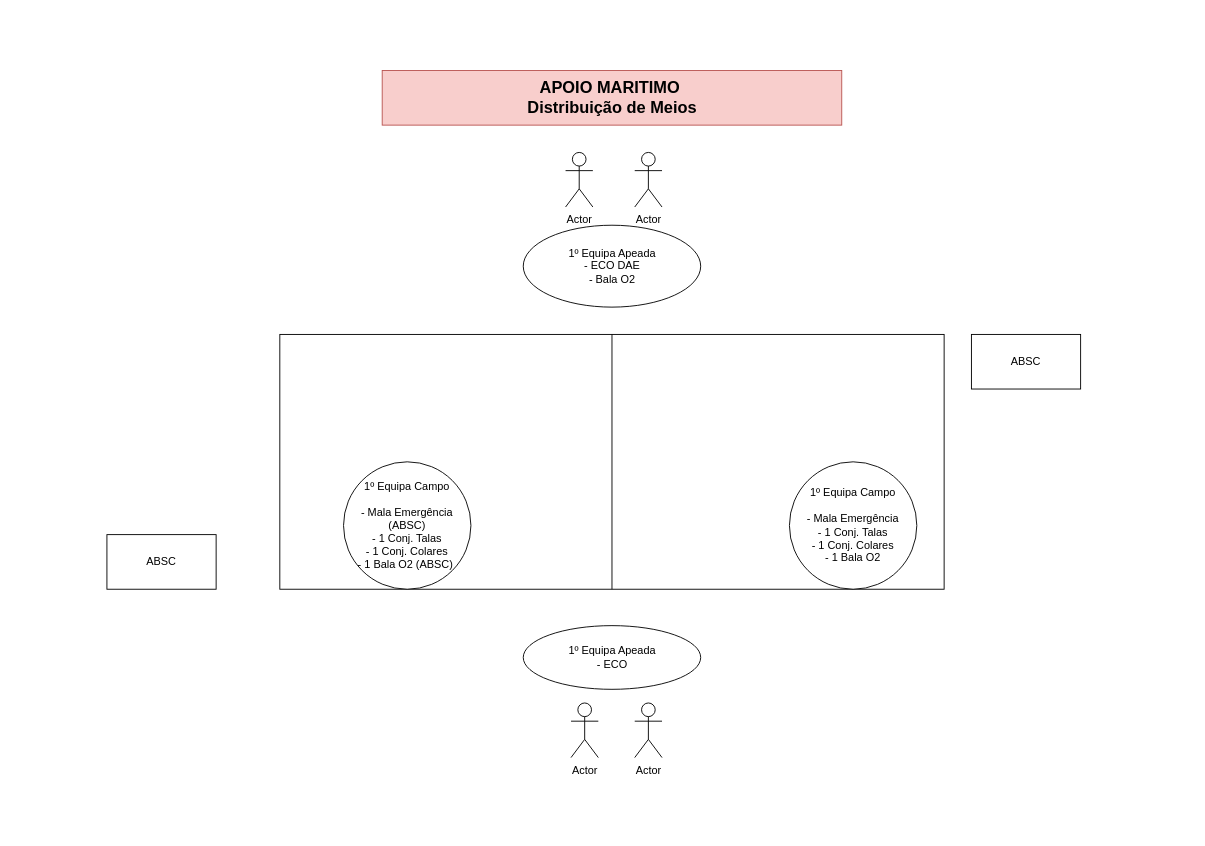
Earlier version of the draw.io diagram page "Marítimo" (1 of 2) of Apoio_Marítimo.drawio (joaoabreu1/flowcharts). Source tidied: cells renumbered, new cells numbered last; positions are measured from the earlier drawing's top-left corner, leaving out a move shared by most shapes. Both pictures are drawn from the tidied source at 91%, with x=0, y=0 at pixel (106, 70).
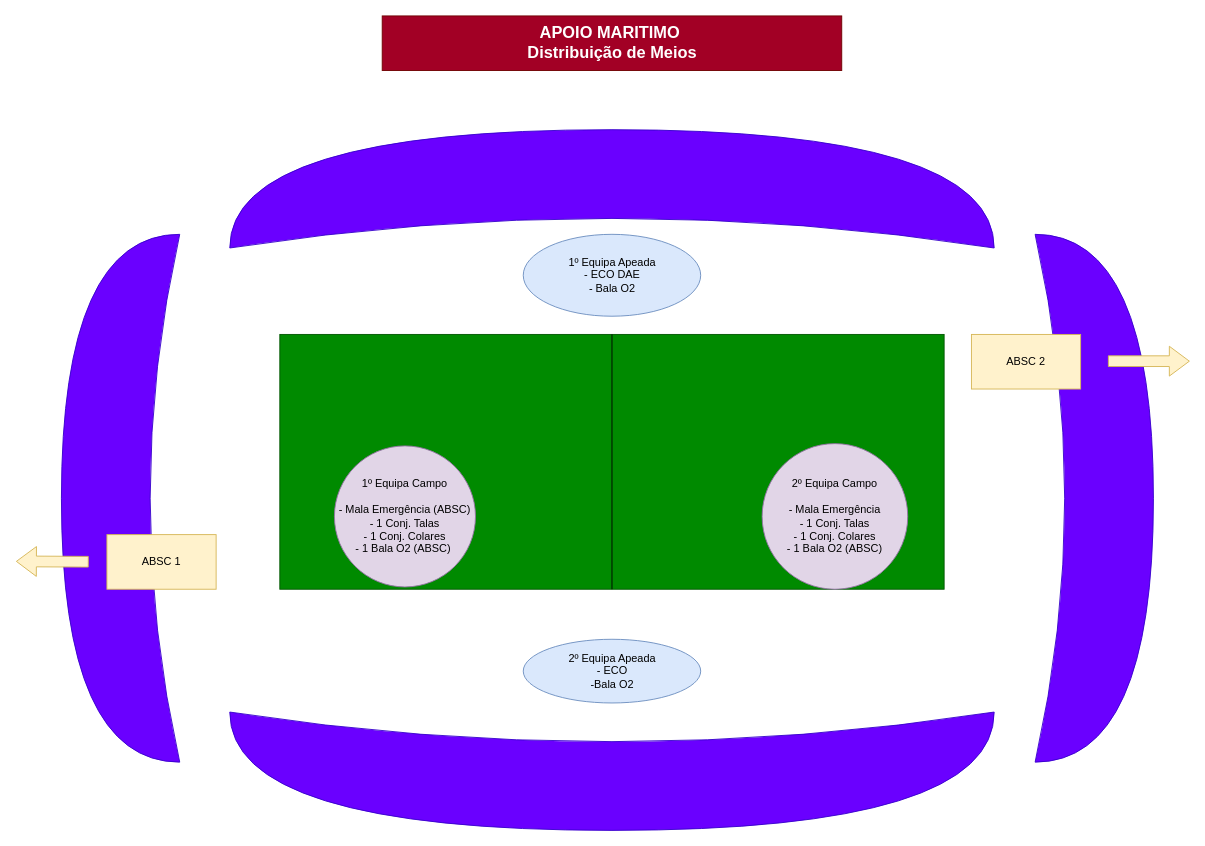
The same page after the edit.

The edit, as a diff of the source:
```diff
@@
 <mxGraphModel>
   <root>
     <mxCell id="0" />
     <mxCell id="1" parent="0" />
+    <mxCell id="15" style="shape=xor;whiteSpace=wrap;html=1;rotation=90;fillColor=#6a00ff;fontColor=#ffffff;strokeColor=#3700CC;" parent="1" vertex="1">
+      <mxGeometry x="490" y="350" width="130" height="840" as="geometry" />
+    </mxCell>
+    <mxCell id="16" style="shape=xor;whiteSpace=wrap;html=1;rotation=-90;fillColor=#6a00ff;fontColor=#ffffff;strokeColor=#3700CC;" parent="1" vertex="1">
+      <mxGeometry x="490" y="-290" width="130" height="840" as="geometry" />
+    </mxCell>
+    <mxCell id="17" style="shape=xor;whiteSpace=wrap;html=1;rotation=-180;fillColor=#6a00ff;fontColor=#ffffff;strokeColor=#3700CC;" parent="1" vertex="1">
+      <mxGeometry x="-50" y="180" width="130" height="580" as="geometry" />
+    </mxCell>
+    <mxCell id="18" style="shape=xor;whiteSpace=wrap;html=1;fillColor=#6a00ff;fontColor=#ffffff;strokeColor=#3700CC;" parent="1" vertex="1">
+      <mxGeometry x="1020" y="180" width="130" height="580" as="geometry" />
+    </mxCell>
-    <mxCell id="2" style="rounded=0;whiteSpace=wrap;html=1;" parent="1" vertex="1">
+    <mxCell id="2" style="rounded=0;whiteSpace=wrap;html=1;fillColor=#008a00;strokeColor=#005700;fontColor=#ffffff;" parent="1" vertex="1">
       <mxGeometry x="190" y="290" width="730" height="280" as="geometry" />
     </mxCell>
-    <mxCell id="3" value="1º Equipa Apeada&lt;div&gt;- ECO DAE&lt;/div&gt;&lt;div&gt;- Bala O2&lt;/div&gt;" style="ellipse;whiteSpace=wrap;html=1;" parent="1" vertex="1">
-      <mxGeometry x="457.5" y="170" width="195" height="90" as="geometry" />
+    <mxCell id="3" value="1º Equipa Apeada&lt;div&gt;- ECO DAE&lt;/div&gt;&lt;div&gt;- Bala O2&lt;/div&gt;" style="ellipse;whiteSpace=wrap;html=1;fillColor=#dae8fc;strokeColor=#6c8ebf;" parent="1" vertex="1">
+      <mxGeometry x="457.5" y="180" width="195" height="90" as="geometry" />
     </mxCell>
-    <mxCell id="4" value="1º Equipa Apeada&lt;div&gt;- ECO&lt;/div&gt;" style="ellipse;whiteSpace=wrap;html=1;" parent="1" vertex="1">
-      <mxGeometry x="457.5" y="610" width="195" height="70" as="geometry" />
+    <mxCell id="4" value="2º Equipa Apeada&lt;div&gt;- ECO&lt;/div&gt;&lt;div&gt;-Bala O2&lt;/div&gt;" style="ellipse;whiteSpace=wrap;html=1;fillColor=#dae8fc;strokeColor=#6c8ebf;" parent="1" vertex="1">
+      <mxGeometry x="457.5" y="625" width="195" height="70" as="geometry" />
     </mxCell>
     <mxCell id="5" style="endArrow=none;html=1;rounded=0;entryX=0.5;entryY=0;entryDx=0;entryDy=0;exitX=0.5;exitY=1;exitDx=0;exitDy=0;" parent="1" edge="1" source="2" target="2">
       <mxGeometry relative="1" as="geometry" />
     </mxCell>
-    <mxCell id="6" value="1º Equipa Campo&lt;div&gt;&lt;br&gt;&lt;/div&gt;&lt;div&gt;- Mala Emergência&lt;/div&gt;&lt;div&gt;- 1 Conj. Talas&lt;/div&gt;&lt;div&gt;- 1 Conj. Colares&lt;/div&gt;&lt;div&gt;- 1 Bala O2&lt;/div&gt;" style="ellipse;whiteSpace=wrap;html=1;" parent="1" vertex="1">
-      <mxGeometry x="750" y="430" width="140" height="140" as="geometry" />
+    <mxCell id="6" value="2º Equipa Campo&lt;div&gt;&lt;br&gt;&lt;/div&gt;&lt;div&gt;- Mala Emergência&lt;/div&gt;&lt;div&gt;- 1 Conj. Talas&lt;/div&gt;&lt;div&gt;- 1 Conj. Colares&lt;/div&gt;&lt;div&gt;- 1 Bala O2 (ABSC)&lt;/div&gt;" style="ellipse;whiteSpace=wrap;html=1;fillColor=#e1d5e7;strokeColor=#9673a6;" parent="1" vertex="1">
+      <mxGeometry x="720" y="410" width="160" height="160" as="geometry" />
     </mxCell>
-    <mxCell id="7" value="Actor" style="shape=umlActor;verticalLabelPosition=bottom;verticalAlign=top;html=1;" parent="1" vertex="1">
-      <mxGeometry x="504" y="90" width="30" height="60" as="geometry" />
-    </mxCell>
-    <mxCell id="8" value="Actor" style="shape=umlActor;verticalLabelPosition=bottom;verticalAlign=top;html=1;" parent="1" vertex="1">
-      <mxGeometry x="580" y="90" width="30" height="60" as="geometry" />
-    </mxCell>
-    <mxCell id="9" value="Actor" style="shape=umlActor;verticalLabelPosition=bottom;verticalAlign=top;html=1;" parent="1" vertex="1">
-      <mxGeometry x="510" y="695" width="30" height="60" as="geometry" />
-    </mxCell>
-    <mxCell id="10" value="Actor" style="shape=umlActor;verticalLabelPosition=bottom;verticalAlign=top;html=1;" parent="1" vertex="1">
-      <mxGeometry x="580" y="695" width="30" height="60" as="geometry" />
-    </mxCell>
-    <mxCell id="11" value="ABSC" style="rounded=0;whiteSpace=wrap;html=1;" parent="1" vertex="1">
+    <mxCell id="11" value="ABSC 1" style="rounded=0;whiteSpace=wrap;html=1;fillColor=#fff2cc;strokeColor=#d6b656;" parent="1" vertex="1">
       <mxGeometry y="510" width="120" height="60" as="geometry" />
     </mxCell>
-    <mxCell id="12" value="ABSC" style="rounded=0;whiteSpace=wrap;html=1;" parent="1" vertex="1">
+    <mxCell id="12" value="ABSC 2" style="rounded=0;whiteSpace=wrap;html=1;fillColor=#fff2cc;strokeColor=#d6b656;" parent="1" vertex="1">
       <mxGeometry x="950" y="290" width="120" height="60" as="geometry" />
     </mxCell>
-    <mxCell id="13" value="1º Equipa Campo&lt;div&gt;&lt;br&gt;&lt;/div&gt;&lt;div&gt;- Mala Emergência (ABSC)&lt;/div&gt;&lt;div&gt;- 1 Conj. Talas&lt;/div&gt;&lt;div&gt;- 1 Conj. Colares&lt;/div&gt;&lt;div&gt;- 1 Bala O2 (ABSC)&amp;nbsp;&lt;/div&gt;" style="ellipse;whiteSpace=wrap;html=1;" parent="1" vertex="1">
-      <mxGeometry x="260" y="430" width="140" height="140" as="geometry" />
+    <mxCell id="13" value="1º Equipa Campo&lt;div&gt;&lt;br&gt;&lt;/div&gt;&lt;div&gt;- Mala Emergência (ABSC)&lt;/div&gt;&lt;div&gt;- 1 Conj. Talas&lt;/div&gt;&lt;div&gt;- 1 Conj. Colares&lt;/div&gt;&lt;div&gt;- 1 Bala O2 (ABSC)&amp;nbsp;&lt;/div&gt;" style="ellipse;whiteSpace=wrap;html=1;fillColor=#e1d5e7;strokeColor=#9673a6;" parent="1" vertex="1">
+      <mxGeometry x="250" y="412.5" width="155" height="155" as="geometry" />
     </mxCell>
-    <mxCell id="14" value="APOIO MARITIMO&amp;nbsp;&lt;div&gt;Distribuição de Meios&lt;/div&gt;" style="rounded=0;whiteSpace=wrap;html=1;fillColor=#f8cecc;strokeColor=#b85450;fontSize=18;fontStyle=1;fontFamily=Arial Black;" parent="1" vertex="1">
-      <mxGeometry x="302.5" width="505" height="60" as="geometry" />
+    <mxCell id="14" value="APOIO MARITIMO&amp;nbsp;&lt;div&gt;Distribuição de Meios&lt;/div&gt;" style="rounded=0;whiteSpace=wrap;html=1;fillColor=#a20025;strokeColor=#6F0000;fontSize=18;fontStyle=1;fontFamily=Arial Black;fontColor=#ffffff;" parent="1" vertex="1">
+      <mxGeometry x="302.5" y="-60" width="505" height="60" as="geometry" />
     </mxCell>
+    <mxCell id="19" style="shape=flexArrow;endArrow=classic;html=1;rounded=0;width=11.764705882352942;endSize=7;fillColor=#fff2cc;strokeColor=#d6b656;" parent="1" edge="1">
+      <mxGeometry relative="1" as="geometry">
+        <mxPoint x="1100" y="319.4" as="sourcePoint" />
+        <mxPoint x="1190" y="319.4" as="targetPoint" />
+      </mxGeometry>
+    </mxCell>
+    <mxCell id="20" style="shape=flexArrow;endArrow=classic;html=1;rounded=0;width=11.764705882352942;endSize=7;fillColor=#fff2cc;strokeColor=#d6b656;" parent="1" edge="1">
+      <mxGeometry relative="1" as="geometry">
+        <mxPoint x="-20" y="539.8" as="sourcePoint" />
+        <mxPoint x="-100" y="539.4" as="targetPoint" />
+      </mxGeometry>
+    </mxCell>
   </root>
 </mxGraphModel>
```
